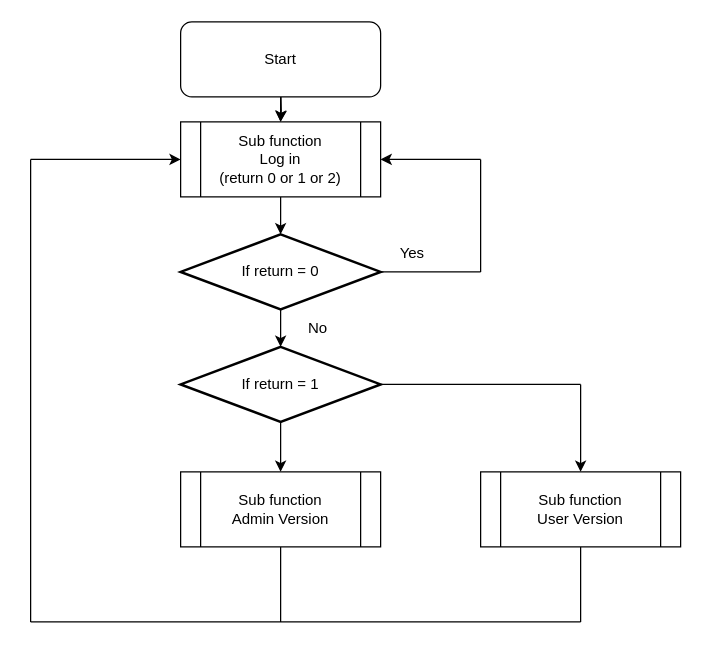
Earlier version of the draw.io diagram page "main" (1 of 2) of Untitled Diagram.drawio (Mydiman/SBA_6C_03). Source tidied: cells renumbered, new cells numbered last; positions are measured from the earlier drawing's top-left corner, leaving out a move shared by most shapes. Both pictures are drawn from the tidied source at 125%, with x=0, y=0 at pixel (30, 21).
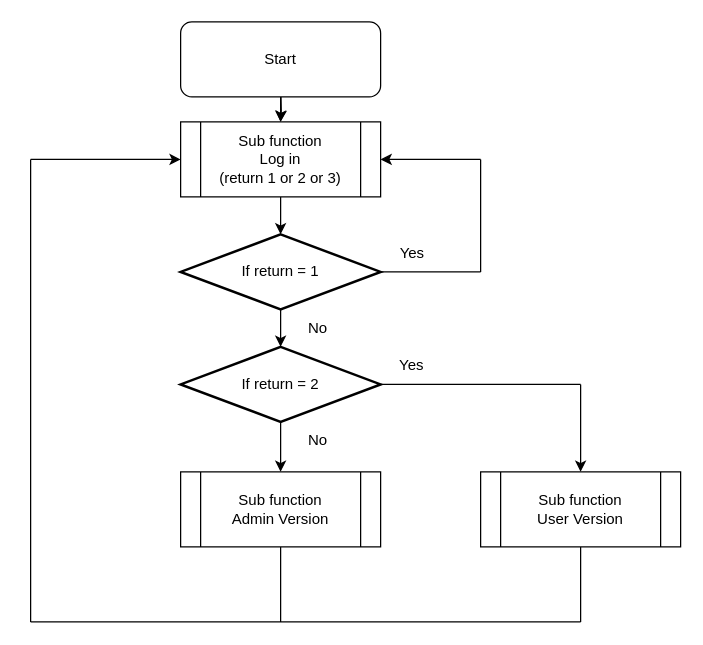
The same page after the edit.

What changed in the source:
```diff
@@
-    <mxCell id="3" value="Sub function&lt;br&gt;Log in&lt;br&gt;(return 0 or 1 or 2)" style="shape=process;whiteSpace=wrap;html=1;backgroundOutline=1;rounded=0;labelBackgroundColor=none;" parent="1" vertex="1">
+    <mxCell id="3" value="Sub function&lt;br&gt;Log in&lt;br&gt;(return 1 or 2 or 3)" style="shape=process;whiteSpace=wrap;html=1;backgroundOutline=1;rounded=0;labelBackgroundColor=none;" parent="1" vertex="1">
       <mxGeometry x="120" y="80" width="160" height="60" as="geometry" />
     </mxCell>
@@
-    <mxCell id="5" value="If return = 0" style="strokeWidth=2;html=1;shape=mxgraph.flowchart.decision;whiteSpace=wrap;rounded=0;labelBackgroundColor=none;" parent="1" vertex="1">
+    <mxCell id="5" value="If return = 1" style="strokeWidth=2;html=1;shape=mxgraph.flowchart.decision;whiteSpace=wrap;rounded=0;labelBackgroundColor=none;" parent="1" vertex="1">
       <mxGeometry x="120" y="170" width="160" height="60" as="geometry" />
     </mxCell>
@@
-    <mxCell id="13" value="If return = 1" style="strokeWidth=2;html=1;shape=mxgraph.flowchart.decision;whiteSpace=wrap;" parent="1" vertex="1">
+    <mxCell id="13" value="If return = 2" style="strokeWidth=2;html=1;shape=mxgraph.flowchart.decision;whiteSpace=wrap;" parent="1" vertex="1">
       <mxGeometry x="120" y="260" width="160" height="60" as="geometry" />
     </mxCell>
@@
+    <mxCell id="25" value="Yes" style="text;html=1;strokeColor=none;fillColor=none;align=center;verticalAlign=middle;whiteSpace=wrap;rounded=0;" parent="1" vertex="1">
+      <mxGeometry x="275" y="260" width="60" height="30" as="geometry" />
+    </mxCell>
+    <mxCell id="26" value="No" style="text;html=1;strokeColor=none;fillColor=none;align=center;verticalAlign=middle;whiteSpace=wrap;rounded=0;" parent="1" vertex="1">
+      <mxGeometry x="200" y="320" width="60" height="30" as="geometry" />
+    </mxCell>
```
